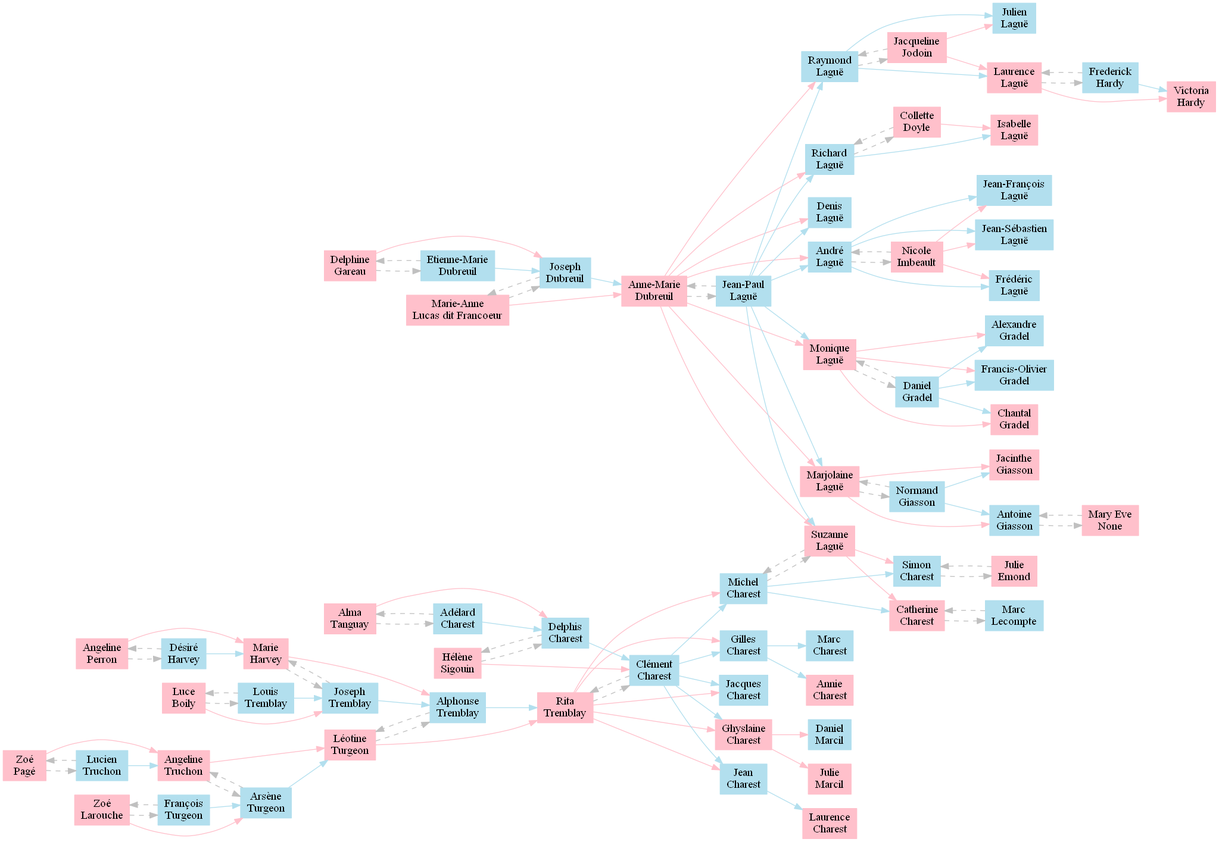
The Graphviz diagram genealopy/data/genealopy.gv.png in Simon-Charest/genealopy, before a commit. Its source is kept beside it as genealopy/data/genealopy.gv.
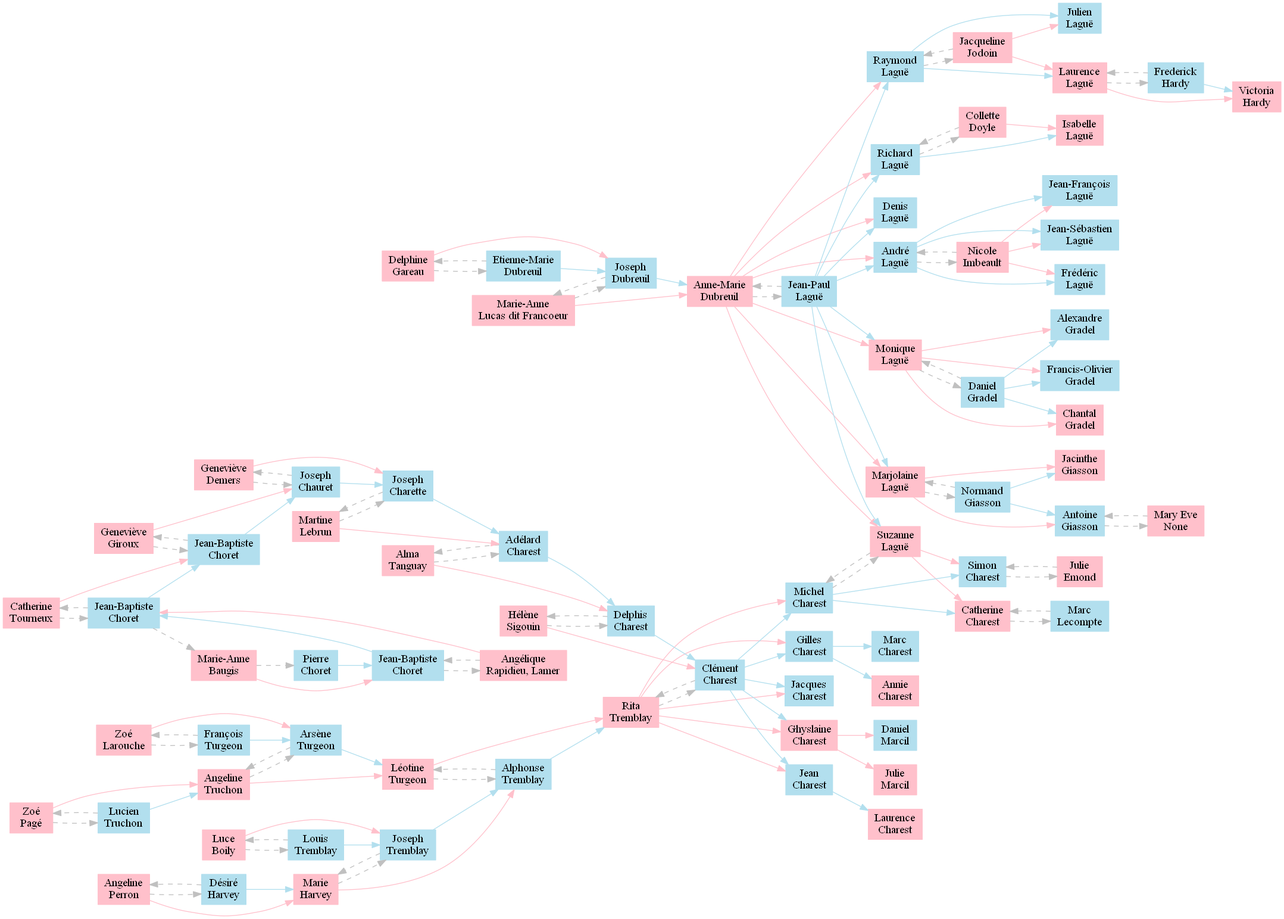
Above is the later version.

Change to the diagram source:
```diff
@@ -388,6 +388,12 @@
 	"Adélard.Charest" -> "Alma.Tanguay" [color=grey style=dashed]
 	"Adélard.Charest" [label="Adélard
 Charest" color=lightblue2 shape=box style=filled]
+	"Martine.Lebrun" [label="Martine
+Lebrun" color=pink shape=box style=filled]
+	"Martine.Lebrun" -> "Adélard.Charest" [color=pink style=solid]
+	"Joseph.Charette" [label="Joseph
+Charette" color=lightblue2 shape=box style=filled]
+	"Joseph.Charette" -> "Adélard.Charest" [color=lightblue2 style=solid]
 	"Alma.Tanguay" [label="Alma
 Tanguay" color=pink shape=box style=filled]
 	"Alma.Tanguay" -> "Adélard.Charest" [color=grey style=dashed]
@@ -445,6 +451,22 @@
 	"Joseph.Tremblay" [label="Joseph
 Tremblay" color=lightblue2 shape=box style=filled]
 	"Joseph.Tremblay" -> "Marie.Harvey" [color=grey style=dashed]
+	"Martine.Lebrun" [label="Martine
+Lebrun" color=pink shape=box style=filled]
+	"Joseph.Charette" [label="Joseph
+Charette" color=lightblue2 shape=box style=filled]
+	"Joseph.Charette" -> "Martine.Lebrun" [color=grey style=dashed]
+	"Joseph.Charette" [label="Joseph
+Charette" color=lightblue2 shape=box style=filled]
+	"Geneviève.Demers" [label="Geneviève
+Demers" color=pink shape=box style=filled]
+	"Geneviève.Demers" -> "Joseph.Charette" [color=pink style=solid]
+	"Joseph.Chauret" [label="Joseph
+Chauret" color=lightblue2 shape=box style=filled]
+	"Joseph.Chauret" -> "Joseph.Charette" [color=lightblue2 style=solid]
+	"Martine.Lebrun" [label="Martine
+Lebrun" color=pink shape=box style=filled]
+	"Martine.Lebrun" -> "Joseph.Charette" [color=grey style=dashed]
 	"Arsène.Turgeon" [label="Arsène
 Turgeon" color=lightblue2 shape=box style=filled]
 	"Zoé.Larouche" [label="Zoé
@@ -477,6 +499,22 @@
 	"Louis.Tremblay" [label="Louis
 Tremblay" color=lightblue2 shape=box style=filled]
 	"Louis.Tremblay" -> "Luce.Boily" [color=grey style=dashed]
+	"Geneviève.Demers" [label="Geneviève
+Demers" color=pink shape=box style=filled]
+	"Joseph.Chauret" [label="Joseph
+Chauret" color=lightblue2 shape=box style=filled]
+	"Joseph.Chauret" -> "Geneviève.Demers" [color=grey style=dashed]
+	"Joseph.Chauret" [label="Joseph
+Chauret" color=lightblue2 shape=box style=filled]
+	"Geneviève.Giroux" [label="Geneviève
+Giroux" color=pink shape=box style=filled]
+	"Geneviève.Giroux" -> "Joseph.Chauret" [color=pink style=solid]
+	"Jean-Baptiste3.Choret" [label="Jean-Baptiste
+Choret" color=lightblue2 shape=box style=filled]
+	"Jean-Baptiste3.Choret" -> "Joseph.Chauret" [color=lightblue2 style=solid]
+	"Geneviève.Demers" [label="Geneviève
+Demers" color=pink shape=box style=filled]
+	"Geneviève.Demers" -> "Joseph.Chauret" [color=grey style=dashed]
 	"François.Turgeon" [label="François
 Turgeon" color=lightblue2 shape=box style=filled]
 	"Zoé.Larouche" [label="Zoé
@@ -507,4 +545,62 @@
 	"Désiré.Harvey" [label="Désiré
 Harvey" color=lightblue2 shape=box style=filled]
 	"Désiré.Harvey" -> "Angeline.Perron" [color=grey style=dashed]
+	"Geneviève.Giroux" [label="Geneviève
+Giroux" color=pink shape=box style=filled]
+	"Jean-Baptiste3.Choret" [label="Jean-Baptiste
+Choret" color=lightblue2 shape=box style=filled]
+	"Jean-Baptiste3.Choret" -> "Geneviève.Giroux" [color=grey style=dashed]
+	"Jean-Baptiste3.Choret" [label="Jean-Baptiste
+Choret" color=lightblue2 shape=box style=filled]
+	"Catherine.Tourneux" [label="Catherine
+Tourneux" color=pink shape=box style=filled]
+	"Catherine.Tourneux" -> "Jean-Baptiste3.Choret" [color=pink style=solid]
+	"Jean-Baptiste2.Choret" [label="Jean-Baptiste
+Choret" color=lightblue2 shape=box style=filled]
+	"Jean-Baptiste2.Choret" -> "Jean-Baptiste3.Choret" [color=lightblue2 style=solid]
+	"Geneviève.Giroux" [label="Geneviève
+Giroux" color=pink shape=box style=filled]
+	"Geneviève.Giroux" -> "Jean-Baptiste3.Choret" [color=grey style=dashed]
+	"Catherine.Tourneux" [label="Catherine
+Tourneux" color=pink shape=box style=filled]
+	"Jean-Baptiste2.Choret" [label="Jean-Baptiste
+Choret" color=lightblue2 shape=box style=filled]
+	"Jean-Baptiste2.Choret" -> "Catherine.Tourneux" [color=grey style=dashed]
+	"Jean-Baptiste2.Choret" [label="Jean-Baptiste
+Choret" color=lightblue2 shape=box style=filled]
+	"Angélique.Rapidieu" [label="Angélique
+Rapidieu, Lamer" color=pink shape=box style=filled]
+	"Angélique.Rapidieu" -> "Jean-Baptiste2.Choret" [color=pink style=solid]
+	"Jean-Baptiste1.Choret" [label="Jean-Baptiste
+Choret" color=lightblue2 shape=box style=filled]
+	"Jean-Baptiste1.Choret" -> "Jean-Baptiste2.Choret" [color=lightblue2 style=solid]
+	"Catherine.Tourneux" [label="Catherine
+Tourneux" color=pink shape=box style=filled]
+	"Catherine.Tourneux" -> "Jean-Baptiste2.Choret" [color=grey style=dashed]
+	"Angélique.Rapidieu" [label="Angélique
+Rapidieu, Lamer" color=pink shape=box style=filled]
+	"Jean-Baptiste1.Choret" [label="Jean-Baptiste
+Choret" color=lightblue2 shape=box style=filled]
+	"Jean-Baptiste1.Choret" -> "Angélique.Rapidieu" [color=grey style=dashed]
+	"Jean-Baptiste1.Choret" [label="Jean-Baptiste
+Choret" color=lightblue2 shape=box style=filled]
+	"Marie-Anne.Baugis" [label="Marie-Anne
+Baugis" color=pink shape=box style=filled]
+	"Marie-Anne.Baugis" -> "Jean-Baptiste1.Choret" [color=pink style=solid]
+	"Pierre.Choret" [label="Pierre
+Choret" color=lightblue2 shape=box style=filled]
+	"Pierre.Choret" -> "Jean-Baptiste1.Choret" [color=lightblue2 style=solid]
+	"Angélique.Rapidieu" [label="Angélique
+Rapidieu, Lamer" color=pink shape=box style=filled]
+	"Angélique.Rapidieu" -> "Jean-Baptiste1.Choret" [color=grey style=dashed]
+	"Marie-Anne.Baugis" [label="Marie-Anne
+Baugis" color=pink shape=box style=filled]
+	"Jean-Baptiste2.Choret" [label="Jean-Baptiste
+Choret" color=lightblue2 shape=box style=filled]
+	"Jean-Baptiste2.Choret" -> "Marie-Anne.Baugis" [color=grey style=dashed]
+	"Pierre.Choret" [label="Pierre
+Choret" color=lightblue2 shape=box style=filled]
+	"Marie-Anne.Baugis" [label="Marie-Anne
+Baugis" color=pink shape=box style=filled]
+	"Marie-Anne.Baugis" -> "Pierre.Choret" [color=grey style=dashed]
 }
```
